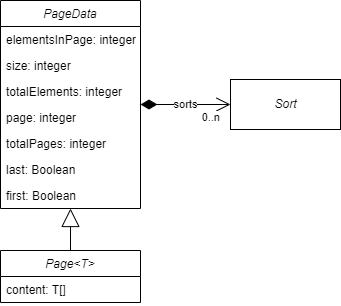
Above: .gitbook/assets/model_page.drawio.png in Bernardo-MG/development-docs-architecture (draw.io), before the change. Source tidied: cells renumbered, new cells last; positions are measured from the earlier drawing's top-left corner, leaving out a move shared by most shapes.
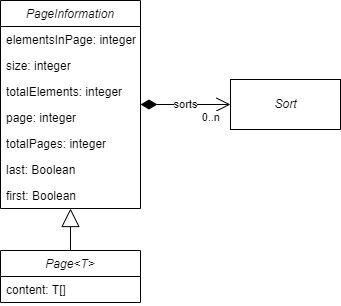
After the change.

Commit message:
GitBook: [#96] No subject

What changed in the source:
```diff
@@ -8,7 +8,7 @@
     <mxCell id="3" value="content: T[]" style="text;strokeColor=none;fillColor=none;align=left;verticalAlign=top;spacingLeft=4;spacingRight=4;overflow=hidden;" parent="2" vertex="1">
       <mxGeometry y="26" width="140" height="26" as="geometry" />
     </mxCell>
-    <mxCell id="4" value="PageData" style="swimlane;fontStyle=2;horizontal=1;startSize=26;fillColor=none;" parent="1" vertex="1">
+    <mxCell id="4" value="PageInformation" style="swimlane;fontStyle=2;horizontal=1;startSize=26;fillColor=none;" parent="1" vertex="1">
       <mxGeometry width="140" height="208" as="geometry" />
     </mxCell>
     <mxCell id="5" value="elementsInPage: integer" style="text;strokeColor=none;fillColor=none;align=left;verticalAlign=top;spacingLeft=4;spacingRight=4;overflow=hidden;" parent="4" vertex="1">
```
